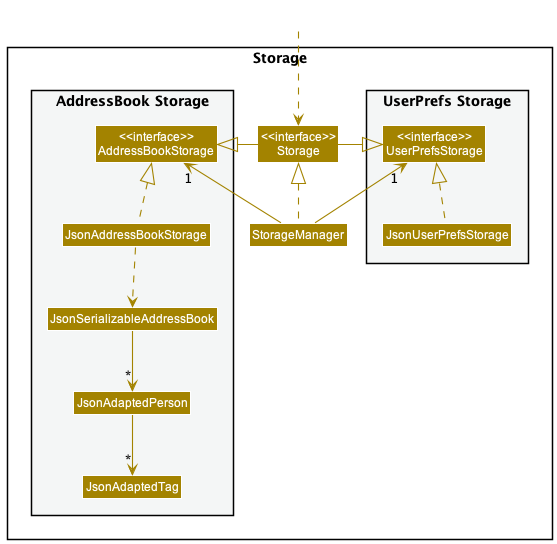
Before: docs/images/StorageClassDiagram.png, a diagram exported from PlantUML (nus-cs2103-AY2223S2/tp).
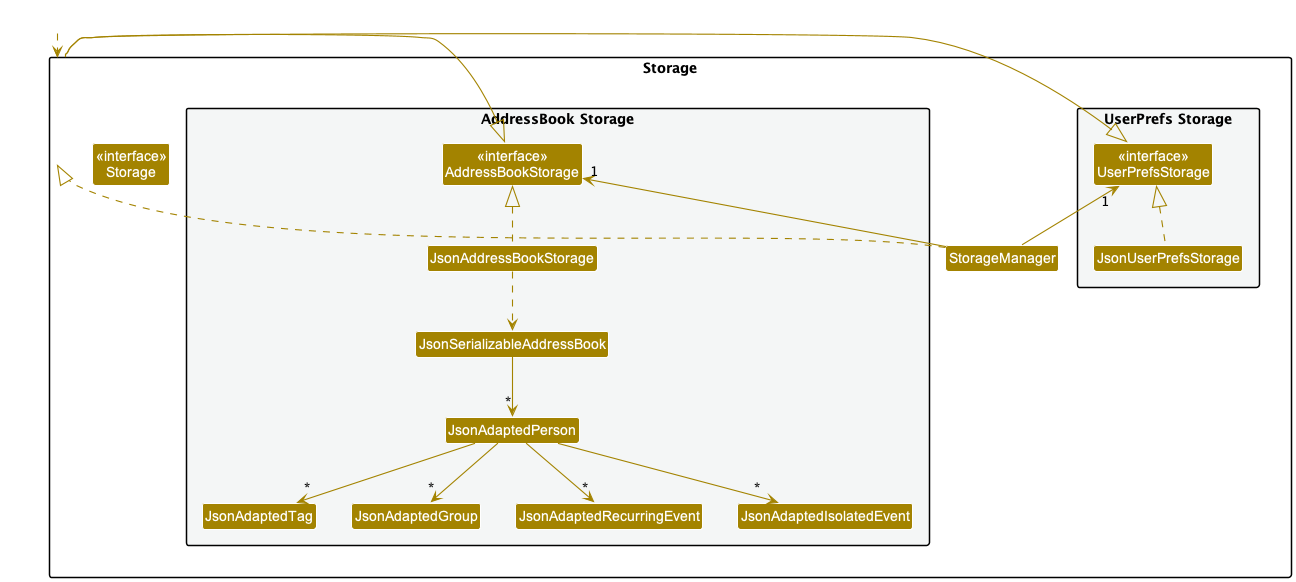
Later version of the same file.

Commit message:
Update Class diagram for Storage

Change to the diagram source:
```diff
@@ -20,6 +20,9 @@
 Class JsonSerializableAddressBook
 Class JsonAdaptedPerson
 Class JsonAdaptedTag
+Class JsonAdaptedGroup
+Class JsonAdaptedRecurringEvent
+Class JsonAdaptedIsolatedEvent
 }
 
 }
@@ -39,5 +42,8 @@
 JsonAddressBookStorage ..> JsonSerializableAddressBook
 JsonSerializableAddressBook --> "*" JsonAdaptedPerson
 JsonAdaptedPerson --> "*" JsonAdaptedTag
+JsonAdaptedPerson --> "*" JsonAdaptedGroup
+JsonAdaptedPerson --> "*" JsonAdaptedIsolatedEvent
+JsonAdaptedPerson --> "*" JsonAdaptedRecurringEvent
 
 @enduml
```
